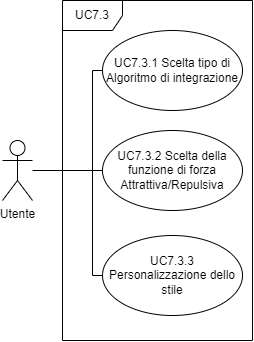
Above: assets/personalizzazioneForce-directedGraph.drawio.png in Club-Swendwich/Documenti (draw.io), before the change. Source tidied: cells renumbered, new cells last; positions are measured from the earlier drawing's top-left corner, leaving out a move shared by most shapes. Source of this version:
```xml
<mxGraphModel>
  <root>
    <mxCell id="0" />
    <mxCell id="1" parent="0" />
    <mxCell id="2" value="UC7.3" style="shape=umlFrame;whiteSpace=wrap;html=1;" parent="1" vertex="1">
      <mxGeometry x="60" width="190" height="340" as="geometry" />
    </mxCell>
    <mxCell id="3" value="Utente" style="shape=umlActor;verticalLabelPosition=bottom;verticalAlign=top;html=1;outlineConnect=0;" parent="1" vertex="1">
      <mxGeometry y="140" width="30" height="60" as="geometry" />
    </mxCell>
    <mxCell id="4" style="edgeStyle=orthogonalEdgeStyle;rounded=0;jettySize=auto;html=1;exitX=0;exitY=0.5;exitDx=0;exitDy=0;endArrow=none;endFill=0;" parent="1" edge="1" source="5" target="3">
      <mxGeometry relative="1" as="geometry">
        <Array as="points">
          <mxPoint x="15" y="170" />
        </Array>
      </mxGeometry>
    </mxCell>
    <mxCell id="5" value="UC7.3.2 Scelta della funzione di forza Attrattiva/Repulsiva" style="ellipse;whiteSpace=wrap;html=1;" parent="1" vertex="1">
      <mxGeometry x="100" y="130" width="140" height="80" as="geometry" />
    </mxCell>
    <mxCell id="6" style="edgeStyle=orthogonalEdgeStyle;rounded=0;jettySize=auto;html=1;exitX=0;exitY=0.5;exitDx=0;exitDy=0;endArrow=none;endFill=0;" parent="1" edge="1" source="7">
      <mxGeometry relative="1" as="geometry">
        <mxPoint x="80" y="170" as="targetPoint" />
        <Array as="points">
          <mxPoint x="90" y="275" />
          <mxPoint x="90" y="170" />
        </Array>
      </mxGeometry>
    </mxCell>
    <mxCell id="7" value="UC7.3.3 Personalizzazione dello stile" style="ellipse;whiteSpace=wrap;html=1;" parent="1" vertex="1">
      <mxGeometry x="100" y="235" width="140" height="80" as="geometry" />
    </mxCell>
    <mxCell id="8" style="edgeStyle=orthogonalEdgeStyle;rounded=0;jettySize=auto;html=1;exitX=0;exitY=0.5;exitDx=0;exitDy=0;endArrow=none;endFill=0;" parent="1" edge="1" source="9">
      <mxGeometry relative="1" as="geometry">
        <mxPoint x="90" y="170" as="targetPoint" />
        <Array as="points">
          <mxPoint x="90" y="70" />
        </Array>
      </mxGeometry>
    </mxCell>
    <mxCell id="9" value="UC7.3.1 Scelta tipo di Algoritmo di integrazione" style="ellipse;whiteSpace=wrap;html=1;" parent="1" vertex="1">
      <mxGeometry x="100" y="30" width="140" height="80" as="geometry" />
    </mxCell>
  </root>
</mxGraphModel>
```
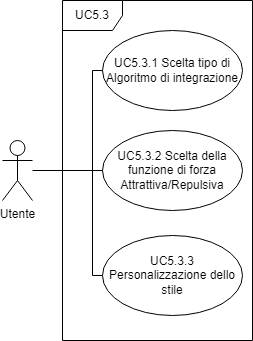
After the change.

What changed in the source:
```diff
@@ -2,7 +2,7 @@
   <root>
     <mxCell id="0" />
     <mxCell id="1" parent="0" />
-    <mxCell id="2" value="UC7.3" style="shape=umlFrame;whiteSpace=wrap;html=1;" parent="1" vertex="1">
+    <mxCell id="2" value="UC5.3" style="shape=umlFrame;whiteSpace=wrap;html=1;" parent="1" vertex="1">
       <mxGeometry x="60" width="190" height="340" as="geometry" />
     </mxCell>
     <mxCell id="3" value="Utente" style="shape=umlActor;verticalLabelPosition=bottom;verticalAlign=top;html=1;outlineConnect=0;" parent="1" vertex="1">
@@ -15,7 +15,7 @@
         </Array>
       </mxGeometry>
     </mxCell>
-    <mxCell id="5" value="UC7.3.2 Scelta della funzione di forza Attrattiva/Repulsiva" style="ellipse;whiteSpace=wrap;html=1;" parent="1" vertex="1">
+    <mxCell id="5" value="UC5.3.2 Scelta della funzione di forza Attrattiva/Repulsiva" style="ellipse;whiteSpace=wrap;html=1;" parent="1" vertex="1">
       <mxGeometry x="100" y="130" width="140" height="80" as="geometry" />
     </mxCell>
     <mxCell id="6" style="edgeStyle=orthogonalEdgeStyle;rounded=0;jettySize=auto;html=1;exitX=0;exitY=0.5;exitDx=0;exitDy=0;endArrow=none;endFill=0;" parent="1" edge="1" source="7">
@@ -27,7 +27,7 @@
         </Array>
       </mxGeometry>
     </mxCell>
-    <mxCell id="7" value="UC7.3.3 Personalizzazione dello stile" style="ellipse;whiteSpace=wrap;html=1;" parent="1" vertex="1">
+    <mxCell id="7" value="UC5.3.3 Personalizzazione dello stile" style="ellipse;whiteSpace=wrap;html=1;" parent="1" vertex="1">
       <mxGeometry x="100" y="235" width="140" height="80" as="geometry" />
     </mxCell>
     <mxCell id="8" style="edgeStyle=orthogonalEdgeStyle;rounded=0;jettySize=auto;html=1;exitX=0;exitY=0.5;exitDx=0;exitDy=0;endArrow=none;endFill=0;" parent="1" edge="1" source="9">
@@ -38,7 +38,7 @@
         </Array>
       </mxGeometry>
     </mxCell>
-    <mxCell id="9" value="UC7.3.1 Scelta tipo di Algoritmo di integrazione" style="ellipse;whiteSpace=wrap;html=1;" parent="1" vertex="1">
+    <mxCell id="9" value="UC5.3.1 Scelta tipo di Algoritmo di integrazione" style="ellipse;whiteSpace=wrap;html=1;" parent="1" vertex="1">
       <mxGeometry x="100" y="30" width="140" height="80" as="geometry" />
     </mxCell>
   </root>
```
